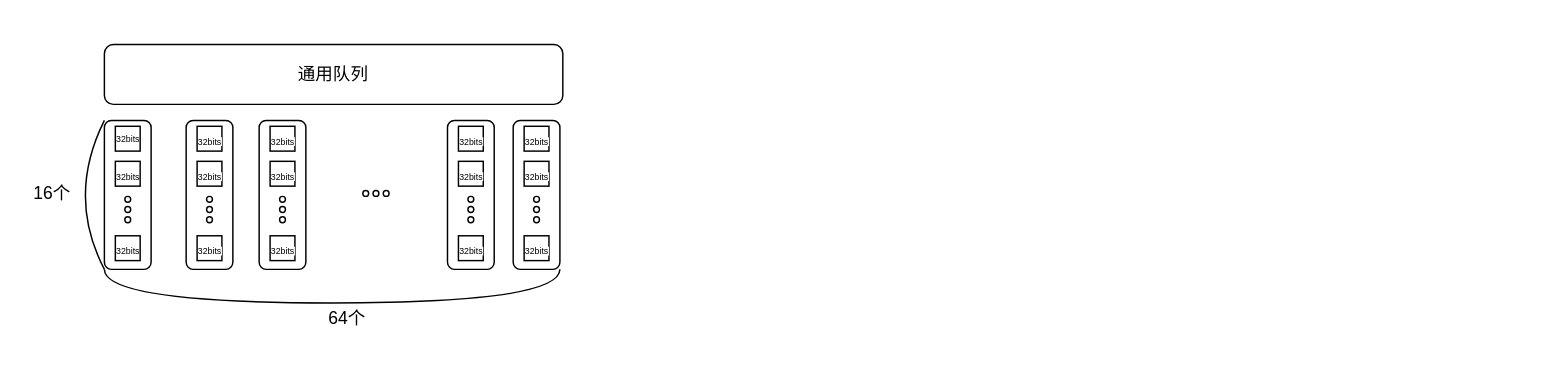
The draw.io diagram ISA.drawio in gaohongy/drawio, before the edit. Source tidied: cells renumbered, new cells numbered last; positions are measured from the earlier drawing's top-left corner, leaving out a move shared by most shapes. Both pictures are drawn from the tidied source at 146%, with x=0, y=0 at pixel (25, 44).
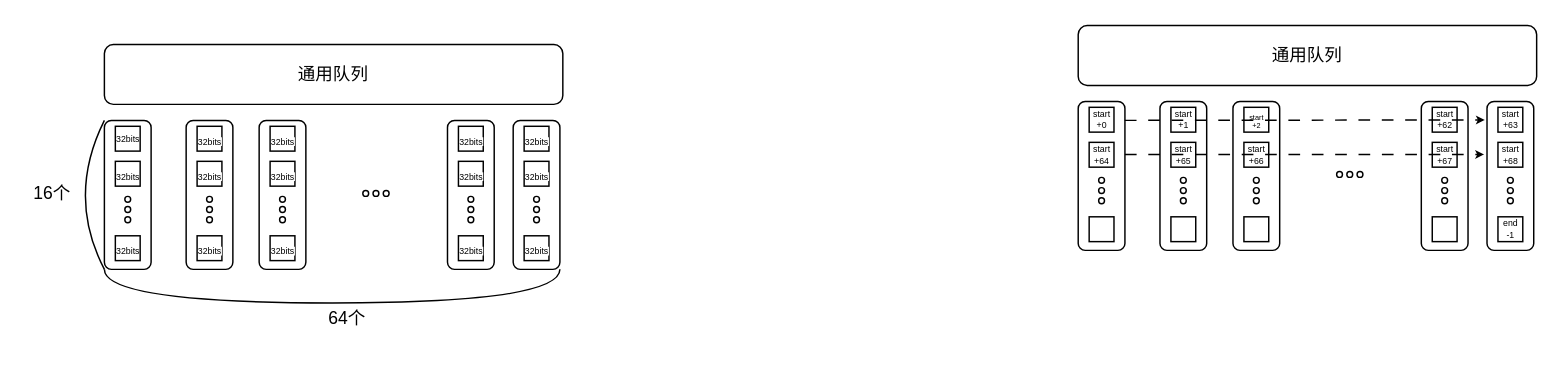
The same page after the edit.

The edit, as a diff of the source:
```diff
@@
+    <mxCell id="45" value="通用队列" style="rounded=1;whiteSpace=wrap;html=1;" parent="1" vertex="1">
+      <mxGeometry x="721" y="-13" width="314" height="41" as="geometry" />
+    </mxCell>
+    <mxCell id="46" style="rounded=1;whiteSpace=wrap;html=1;" parent="1" vertex="1">
+      <mxGeometry x="721" y="39" width="32" height="102" as="geometry" />
+    </mxCell>
+    <mxCell id="47" value="start&lt;br&gt;+0" style="rounded=0;whiteSpace=wrap;html=1;fontSize=6;" parent="1" vertex="1">
+      <mxGeometry x="728.5" y="43" width="17" height="17" as="geometry" />
+    </mxCell>
+    <mxCell id="48" value="start&lt;br&gt;+64" style="rounded=0;whiteSpace=wrap;html=1;fontSize=6;" parent="1" vertex="1">
+      <mxGeometry x="728.5" y="67" width="17" height="17" as="geometry" />
+    </mxCell>
+    <mxCell id="49" style="rounded=0;whiteSpace=wrap;html=1;fontSize=6;" parent="1" vertex="1">
+      <mxGeometry x="728.5" y="118" width="17" height="17" as="geometry" />
+    </mxCell>
+    <mxCell id="50" style="ellipse;whiteSpace=wrap;html=1;" parent="1" vertex="1">
+      <mxGeometry x="735" y="91" width="4" height="4" as="geometry" />
+    </mxCell>
+    <mxCell id="51" style="ellipse;whiteSpace=wrap;html=1;" parent="1" vertex="1">
+      <mxGeometry x="735" y="98" width="4" height="4" as="geometry" />
+    </mxCell>
+    <mxCell id="52" style="ellipse;whiteSpace=wrap;html=1;" parent="1" vertex="1">
+      <mxGeometry x="735" y="105" width="4" height="4" as="geometry" />
+    </mxCell>
+    <mxCell id="53" style="ellipse;whiteSpace=wrap;html=1;" parent="1" vertex="1">
+      <mxGeometry x="898" y="87" width="4" height="4" as="geometry" />
+    </mxCell>
+    <mxCell id="54" style="ellipse;whiteSpace=wrap;html=1;" parent="1" vertex="1">
+      <mxGeometry x="905" y="87" width="4" height="4" as="geometry" />
+    </mxCell>
+    <mxCell id="55" style="ellipse;whiteSpace=wrap;html=1;" parent="1" vertex="1">
+      <mxGeometry x="912" y="87" width="4" height="4" as="geometry" />
+    </mxCell>
+    <mxCell id="56" style="rounded=1;whiteSpace=wrap;html=1;" parent="1" vertex="1">
+      <mxGeometry x="777" y="39" width="32" height="102" as="geometry" />
+    </mxCell>
+    <mxCell id="57" value="&lt;span style=&quot;color: rgb(0, 0, 0); font-family: Helvetica; font-size: 6px; font-style: normal; font-variant-ligatures: normal; font-variant-caps: normal; font-weight: 400; letter-spacing: normal; orphans: 2; text-align: center; text-indent: 0px; text-transform: none; widows: 2; word-spacing: 0px; -webkit-text-stroke-width: 0px; white-space: normal; background-color: rgb(255, 255, 255); text-decoration-thickness: initial; text-decoration-style: initial; text-decoration-color: initial; float: none; display: inline !important;&quot;&gt;start&lt;br style=&quot;font-size: 6px;&quot;&gt;+1&lt;/span&gt;" style="rounded=0;whiteSpace=wrap;html=1;fontSize=6;" parent="1" vertex="1">
+      <mxGeometry x="784.5" y="43" width="17" height="17" as="geometry" />
+    </mxCell>
+    <mxCell id="58" value="&lt;span style=&quot;color: rgb(0, 0, 0); font-family: Helvetica; font-size: 6px; font-style: normal; font-variant-ligatures: normal; font-variant-caps: normal; font-weight: 400; letter-spacing: normal; orphans: 2; text-align: center; text-indent: 0px; text-transform: none; widows: 2; word-spacing: 0px; -webkit-text-stroke-width: 0px; white-space: normal; background-color: rgb(255, 255, 255); text-decoration-thickness: initial; text-decoration-style: initial; text-decoration-color: initial; float: none; display: inline !important;&quot;&gt;start&lt;br&gt;+65&lt;/span&gt;" style="rounded=0;whiteSpace=wrap;html=1;fontSize=6;" parent="1" vertex="1">
+      <mxGeometry x="784.5" y="67" width="17" height="17" as="geometry" />
+    </mxCell>
+    <mxCell id="59" style="rounded=0;whiteSpace=wrap;html=1;fontSize=6;" parent="1" vertex="1">
+      <mxGeometry x="784.5" y="118" width="17" height="17" as="geometry" />
+    </mxCell>
+    <mxCell id="60" style="ellipse;whiteSpace=wrap;html=1;" parent="1" vertex="1">
+      <mxGeometry x="791" y="91" width="4" height="4" as="geometry" />
+    </mxCell>
+    <mxCell id="61" style="ellipse;whiteSpace=wrap;html=1;" parent="1" vertex="1">
+      <mxGeometry x="791" y="98" width="4" height="4" as="geometry" />
+    </mxCell>
+    <mxCell id="62" style="ellipse;whiteSpace=wrap;html=1;" parent="1" vertex="1">
+      <mxGeometry x="791" y="105" width="4" height="4" as="geometry" />
+    </mxCell>
+    <mxCell id="63" style="rounded=1;whiteSpace=wrap;html=1;" parent="1" vertex="1">
+      <mxGeometry x="827" y="39" width="32" height="102" as="geometry" />
+    </mxCell>
+    <mxCell id="64" value="&lt;span style=&quot;color: rgb(0, 0, 0); font-family: Helvetica; font-size: 5px; font-style: normal; font-variant-ligatures: normal; font-variant-caps: normal; font-weight: 400; letter-spacing: normal; orphans: 2; text-indent: 0px; text-transform: none; widows: 2; word-spacing: 0px; -webkit-text-stroke-width: 0px; white-space: normal; background-color: rgb(255, 255, 255); text-decoration-thickness: initial; text-decoration-style: initial; text-decoration-color: initial; float: none; display: inline !important;&quot;&gt;start&lt;br style=&quot;font-size: 5px;&quot;&gt;+2&lt;/span&gt;" style="rounded=0;whiteSpace=wrap;html=1;verticalAlign=middle;align=center;fontSize=5;" parent="1" vertex="1">
+      <mxGeometry x="834.5" y="43" width="17" height="17" as="geometry" />
+    </mxCell>
+    <mxCell id="65" value="&lt;span style=&quot;color: rgb(0, 0, 0); font-family: Helvetica; font-size: 6px; font-style: normal; font-variant-ligatures: normal; font-variant-caps: normal; font-weight: 400; letter-spacing: normal; orphans: 2; text-align: center; text-indent: 0px; text-transform: none; widows: 2; word-spacing: 0px; -webkit-text-stroke-width: 0px; white-space: normal; background-color: rgb(255, 255, 255); text-decoration-thickness: initial; text-decoration-style: initial; text-decoration-color: initial; float: none; display: inline !important;&quot;&gt;start&lt;br&gt;+66&lt;/span&gt;" style="rounded=0;whiteSpace=wrap;html=1;fontSize=6;" parent="1" vertex="1">
+      <mxGeometry x="834.5" y="67" width="17" height="17" as="geometry" />
+    </mxCell>
+    <mxCell id="66" style="rounded=0;whiteSpace=wrap;html=1;fontSize=6;" parent="1" vertex="1">
+      <mxGeometry x="834.5" y="118" width="17" height="17" as="geometry" />
+    </mxCell>
+    <mxCell id="67" style="ellipse;whiteSpace=wrap;html=1;" parent="1" vertex="1">
+      <mxGeometry x="841" y="91" width="4" height="4" as="geometry" />
+    </mxCell>
+    <mxCell id="68" style="ellipse;whiteSpace=wrap;html=1;" parent="1" vertex="1">
+      <mxGeometry x="841" y="98" width="4" height="4" as="geometry" />
+    </mxCell>
+    <mxCell id="69" style="ellipse;whiteSpace=wrap;html=1;" parent="1" vertex="1">
+      <mxGeometry x="841" y="105" width="4" height="4" as="geometry" />
+    </mxCell>
+    <mxCell id="70" style="rounded=1;whiteSpace=wrap;html=1;" parent="1" vertex="1">
+      <mxGeometry x="1001" y="39" width="32" height="102" as="geometry" />
+    </mxCell>
+    <mxCell id="71" value="&lt;span style=&quot;color: rgb(0, 0, 0); font-family: Helvetica; font-size: 6px; font-style: normal; font-variant-ligatures: normal; font-variant-caps: normal; font-weight: 400; letter-spacing: normal; orphans: 2; text-align: center; text-indent: 0px; text-transform: none; widows: 2; word-spacing: 0px; -webkit-text-stroke-width: 0px; white-space: normal; background-color: rgb(255, 255, 255); text-decoration-thickness: initial; text-decoration-style: initial; text-decoration-color: initial; float: none; display: inline !important;&quot;&gt;start&lt;br&gt;+63&lt;/span&gt;" style="rounded=0;whiteSpace=wrap;html=1;fontSize=6;" parent="1" vertex="1">
+      <mxGeometry x="1008.5" y="43" width="17" height="17" as="geometry" />
+    </mxCell>
+    <mxCell id="72" value="&lt;span style=&quot;color: rgb(0, 0, 0); font-family: Helvetica; font-size: 6px; font-style: normal; font-variant-ligatures: normal; font-variant-caps: normal; font-weight: 400; letter-spacing: normal; orphans: 2; text-align: center; text-indent: 0px; text-transform: none; widows: 2; word-spacing: 0px; -webkit-text-stroke-width: 0px; white-space: normal; background-color: rgb(255, 255, 255); text-decoration-thickness: initial; text-decoration-style: initial; text-decoration-color: initial; float: none; display: inline !important;&quot;&gt;start&lt;/span&gt;&lt;div&gt;&lt;span style=&quot;color: rgb(0, 0, 0); font-family: Helvetica; font-size: 6px; font-style: normal; font-variant-ligatures: normal; font-variant-caps: normal; font-weight: 400; letter-spacing: normal; orphans: 2; text-align: center; text-indent: 0px; text-transform: none; widows: 2; word-spacing: 0px; -webkit-text-stroke-width: 0px; white-space: normal; background-color: rgb(255, 255, 255); text-decoration-thickness: initial; text-decoration-style: initial; text-decoration-color: initial; float: none; display: inline !important;&quot;&gt;+68&lt;/span&gt;&lt;/div&gt;" style="rounded=0;whiteSpace=wrap;html=1;fontSize=6;" parent="1" vertex="1">
+      <mxGeometry x="1008.5" y="67" width="17" height="17" as="geometry" />
+    </mxCell>
+    <mxCell id="73" value="&lt;span style=&quot;color: rgb(0, 0, 0); font-family: Helvetica; font-size: 6px; font-style: normal; font-variant-ligatures: normal; font-variant-caps: normal; font-weight: 400; letter-spacing: normal; orphans: 2; text-align: center; text-indent: 0px; text-transform: none; widows: 2; word-spacing: 0px; -webkit-text-stroke-width: 0px; white-space: normal; background-color: rgb(255, 255, 255); text-decoration-thickness: initial; text-decoration-style: initial; text-decoration-color: initial; float: none; display: inline !important;&quot;&gt;end&lt;/span&gt;&lt;div&gt;&lt;span style=&quot;color: rgb(0, 0, 0); font-family: Helvetica; font-size: 6px; font-style: normal; font-variant-ligatures: normal; font-variant-caps: normal; font-weight: 400; letter-spacing: normal; orphans: 2; text-align: center; text-indent: 0px; text-transform: none; widows: 2; word-spacing: 0px; -webkit-text-stroke-width: 0px; white-space: normal; background-color: rgb(255, 255, 255); text-decoration-thickness: initial; text-decoration-style: initial; text-decoration-color: initial; float: none; display: inline !important;&quot;&gt;-1&lt;/span&gt;&lt;/div&gt;" style="rounded=0;whiteSpace=wrap;html=1;fontSize=6;" parent="1" vertex="1">
+      <mxGeometry x="1008.5" y="118" width="17" height="17" as="geometry" />
+    </mxCell>
+    <mxCell id="74" style="ellipse;whiteSpace=wrap;html=1;" parent="1" vertex="1">
+      <mxGeometry x="1015" y="91" width="4" height="4" as="geometry" />
+    </mxCell>
+    <mxCell id="75" style="ellipse;whiteSpace=wrap;html=1;" parent="1" vertex="1">
+      <mxGeometry x="1015" y="98" width="4" height="4" as="geometry" />
+    </mxCell>
+    <mxCell id="76" style="ellipse;whiteSpace=wrap;html=1;" parent="1" vertex="1">
+      <mxGeometry x="1015" y="105" width="4" height="4" as="geometry" />
+    </mxCell>
+    <mxCell id="77" style="rounded=1;whiteSpace=wrap;html=1;" parent="1" vertex="1">
+      <mxGeometry x="956" y="39" width="32" height="102" as="geometry" />
+    </mxCell>
+    <mxCell id="78" value="&lt;span style=&quot;color: rgb(0, 0, 0); font-family: Helvetica; font-size: 6px; font-style: normal; font-variant-ligatures: normal; font-variant-caps: normal; font-weight: 400; letter-spacing: normal; orphans: 2; text-align: center; text-indent: 0px; text-transform: none; widows: 2; word-spacing: 0px; -webkit-text-stroke-width: 0px; white-space: normal; background-color: rgb(255, 255, 255); text-decoration-thickness: initial; text-decoration-style: initial; text-decoration-color: initial; float: none; display: inline !important;&quot;&gt;start&lt;br&gt;+62&lt;/span&gt;" style="rounded=0;whiteSpace=wrap;html=1;fontSize=6;" parent="1" vertex="1">
+      <mxGeometry x="963.5" y="43" width="17" height="17" as="geometry" />
+    </mxCell>
+    <mxCell id="79" value="&lt;span style=&quot;color: rgb(0, 0, 0); font-family: Helvetica; font-size: 6px; font-style: normal; font-variant-ligatures: normal; font-variant-caps: normal; font-weight: 400; letter-spacing: normal; orphans: 2; text-align: center; text-indent: 0px; text-transform: none; widows: 2; word-spacing: 0px; -webkit-text-stroke-width: 0px; white-space: normal; background-color: rgb(255, 255, 255); text-decoration-thickness: initial; text-decoration-style: initial; text-decoration-color: initial; float: none; display: inline !important;&quot;&gt;start&lt;/span&gt;&lt;div&gt;&lt;span style=&quot;color: rgb(0, 0, 0); font-family: Helvetica; font-size: 6px; font-style: normal; font-variant-ligatures: normal; font-variant-caps: normal; font-weight: 400; letter-spacing: normal; orphans: 2; text-align: center; text-indent: 0px; text-transform: none; widows: 2; word-spacing: 0px; -webkit-text-stroke-width: 0px; white-space: normal; background-color: rgb(255, 255, 255); text-decoration-thickness: initial; text-decoration-style: initial; text-decoration-color: initial; float: none; display: inline !important;&quot;&gt;+67&lt;/span&gt;&lt;/div&gt;" style="rounded=0;whiteSpace=wrap;html=1;fontSize=6;" parent="1" vertex="1">
+      <mxGeometry x="963.5" y="67" width="17" height="17" as="geometry" />
+    </mxCell>
+    <mxCell id="80" style="rounded=0;whiteSpace=wrap;html=1;fontSize=6;" parent="1" vertex="1">
+      <mxGeometry x="963.5" y="118" width="17" height="17" as="geometry" />
+    </mxCell>
+    <mxCell id="81" style="ellipse;whiteSpace=wrap;html=1;" parent="1" vertex="1">
+      <mxGeometry x="970" y="91" width="4" height="4" as="geometry" />
+    </mxCell>
+    <mxCell id="82" style="ellipse;whiteSpace=wrap;html=1;" parent="1" vertex="1">
+      <mxGeometry x="970" y="98" width="4" height="4" as="geometry" />
+    </mxCell>
+    <mxCell id="83" style="ellipse;whiteSpace=wrap;html=1;" parent="1" vertex="1">
+      <mxGeometry x="970" y="105" width="4" height="4" as="geometry" />
+    </mxCell>
+    <mxCell id="84" style="endArrow=classic;html=1;rounded=0;entryX=-0.047;entryY=0.124;entryDx=0;entryDy=0;entryPerimeter=0;exitX=0.998;exitY=0.127;exitDx=0;exitDy=0;exitPerimeter=0;endFill=1;strokeWidth=1;dashed=1;dashPattern=8 8;jumpSize=5;startSize=3;endSize=3;" parent="1" edge="1" source="46" target="70">
+      <mxGeometry relative="1" as="geometry" />
+    </mxCell>
+    <mxCell id="85" style="endArrow=classic;html=1;rounded=0;entryX=-0.047;entryY=0.124;entryDx=0;entryDy=0;entryPerimeter=0;exitX=0.998;exitY=0.127;exitDx=0;exitDy=0;exitPerimeter=0;endFill=1;strokeWidth=1;dashed=1;dashPattern=8 8;jumpSize=5;startSize=3;endSize=3;" parent="1" edge="1">
+      <mxGeometry relative="1" as="geometry">
+        <mxPoint x="753" y="75.3" as="sourcePoint" />
+        <mxPoint x="999" y="75.3" as="targetPoint" />
+      </mxGeometry>
+    </mxCell>
```
